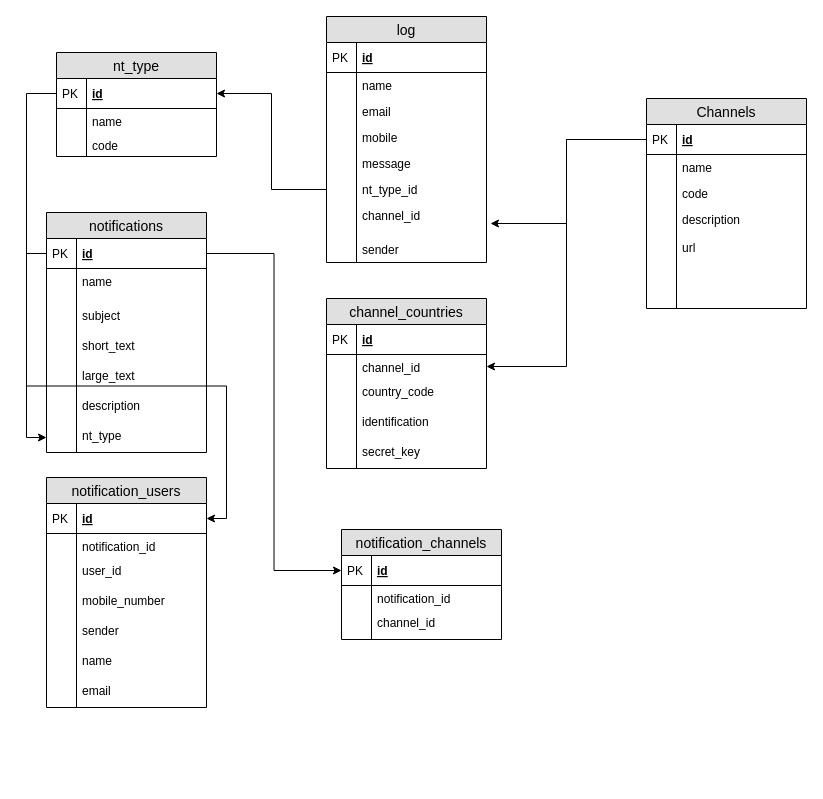
This is notification.drawio from abdonor/drawings, a draw.io file, before an edit. Source tidied: cells renumbered, new cells numbered last; positions are measured from the earlier drawing's top-left corner, leaving out a move shared by most shapes. Both pictures are drawn from the tidied source at 100%, with x=0, y=0 at pixel (46, 16).
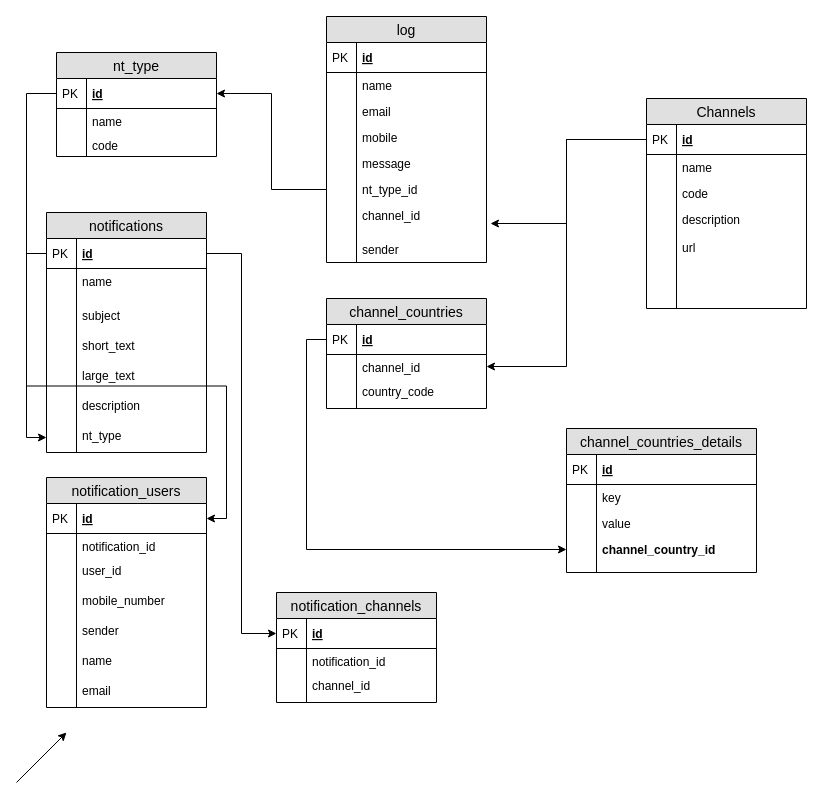
After the change.

Unchanged cells that the change refers to:
```xml
<mxCell id="57" value="id" style="shape=partialRectangle;top=0;left=0;right=0;bottom=1;align=left;verticalAlign=middle;fillColor=none;spacingLeft=34;spacingRight=4;overflow=hidden;points=[[0,0.5],[1,0.5]];portConstraint=eastwest;fontStyle=5;fontSize=12;" parent="56" vertex="1">
  <mxGeometry y="26" width="160" height="30" as="geometry" />
</mxCell>
```

The edit, as a diff of the source:
```diff
@@
     <mxCell id="56" value="channel_countries" style="swimlane;fontStyle=0;horizontal=1;startSize=26;fillColor=#e0e0e0;swimlaneFillColor=#ffffff;align=center;fontSize=14;" parent="1" vertex="1">
-      <mxGeometry x="280" y="282" width="160" height="170" as="geometry" />
+      <mxGeometry x="280" y="282" width="160" height="110" as="geometry" />
     </mxCell>
@@
-    <mxCell id="63" value="identification" style="shape=partialRectangle;top=0;left=0;right=0;bottom=0;align=left;verticalAlign=top;fillColor=none;spacingLeft=34;spacingRight=4;overflow=hidden;fontSize=12;" parent="56" vertex="1">
-      <mxGeometry y="110" width="160" height="30" as="geometry" />
-    </mxCell>
-    <mxCell id="64" style="shape=partialRectangle;top=0;left=0;bottom=0;fillColor=none;align=left;verticalAlign=top;spacingLeft=4;spacingRight=4;overflow=hidden;fontSize=12;" parent="63" vertex="1">
-      <mxGeometry width="30" height="30" as="geometry" />
-    </mxCell>
-    <mxCell id="65" value="secret_key" style="shape=partialRectangle;top=0;left=0;right=0;bottom=0;align=left;verticalAlign=top;fillColor=none;spacingLeft=34;spacingRight=4;overflow=hidden;fontSize=12;" parent="56" vertex="1">
-      <mxGeometry y="140" width="160" height="30" as="geometry" />
-    </mxCell>
-    <mxCell id="66" style="shape=partialRectangle;top=0;left=0;bottom=0;fillColor=none;align=left;verticalAlign=top;spacingLeft=4;spacingRight=4;overflow=hidden;fontSize=12;" parent="65" vertex="1">
-      <mxGeometry width="30" height="30" as="geometry" />
-    </mxCell>
     <mxCell id="67" value="notification_channels" style="swimlane;fontStyle=0;horizontal=1;startSize=26;fillColor=#e0e0e0;swimlaneFillColor=#ffffff;align=center;fontSize=14;" parent="1" vertex="1">
-      <mxGeometry x="295" y="513" width="160" height="110" as="geometry" />
+      <mxGeometry x="230" y="576" width="160" height="110" as="geometry" />
     </mxCell>
@@
+    <mxCell id="95" value="channel_countries_details" style="swimlane;fontStyle=0;horizontal=1;startSize=26;fillColor=#e0e0e0;swimlaneFillColor=#ffffff;align=center;fontSize=14;" parent="1" vertex="1">
+      <mxGeometry x="520" y="412" width="190" height="144" as="geometry" />
+    </mxCell>
+    <mxCell id="96" value="id" style="shape=partialRectangle;top=0;left=0;right=0;bottom=1;align=left;verticalAlign=middle;fillColor=none;spacingLeft=34;spacingRight=4;overflow=hidden;fontStyle=5;fontSize=12;" parent="95" vertex="1">
+      <mxGeometry y="26" width="190" height="30" as="geometry" />
+    </mxCell>
+    <mxCell id="97" value="PK" style="shape=partialRectangle;top=0;left=0;bottom=0;fillColor=none;align=left;verticalAlign=middle;spacingLeft=4;spacingRight=4;overflow=hidden;fontSize=12;" parent="96" vertex="1">
+      <mxGeometry width="30" height="30" as="geometry" />
+    </mxCell>
+    <mxCell id="98" value="key" style="shape=partialRectangle;top=0;left=0;right=0;bottom=0;align=left;verticalAlign=top;fillColor=none;spacingLeft=34;spacingRight=4;overflow=hidden;fontSize=12;" parent="95" vertex="1">
+      <mxGeometry y="56" width="190" height="26" as="geometry" />
+    </mxCell>
+    <mxCell id="99" style="shape=partialRectangle;top=0;left=0;bottom=0;fillColor=none;align=left;verticalAlign=top;spacingLeft=4;spacingRight=4;overflow=hidden;fontSize=12;" parent="98" vertex="1">
+      <mxGeometry width="30" height="26" as="geometry" />
+    </mxCell>
+    <mxCell id="100" value="value" style="shape=partialRectangle;top=0;left=0;right=0;bottom=0;align=left;verticalAlign=top;fillColor=none;spacingLeft=34;spacingRight=4;overflow=hidden;fontSize=12;" parent="95" vertex="1">
+      <mxGeometry y="82" width="190" height="26" as="geometry" />
+    </mxCell>
+    <mxCell id="101" style="shape=partialRectangle;top=0;left=0;bottom=0;fillColor=none;align=left;verticalAlign=top;spacingLeft=4;spacingRight=4;overflow=hidden;fontSize=12;" parent="100" vertex="1">
+      <mxGeometry width="30" height="26" as="geometry" />
+    </mxCell>
+    <mxCell id="102" value="channel_country_id" style="shape=partialRectangle;top=0;left=0;right=0;bottom=0;align=left;verticalAlign=top;fillColor=none;spacingLeft=34;spacingRight=4;overflow=hidden;points=[[0,0.5],[1,0.5]];portConstraint=eastwest;fontSize=12;fontStyle=1;" parent="95" vertex="1">
+      <mxGeometry y="108" width="190" height="26" as="geometry" />
+    </mxCell>
+    <mxCell id="103" style="shape=partialRectangle;top=0;left=0;bottom=0;fillColor=none;align=left;verticalAlign=top;spacingLeft=4;spacingRight=4;overflow=hidden;fontSize=12;" parent="102" vertex="1">
+      <mxGeometry width="30" height="26" as="geometry" />
+    </mxCell>
+    <mxCell id="104" style="shape=partialRectangle;top=0;left=0;right=0;bottom=0;align=left;verticalAlign=top;fillColor=none;spacingLeft=34;spacingRight=4;overflow=hidden;fontSize=12;" parent="95" vertex="1">
+      <mxGeometry y="134" width="190" height="10" as="geometry" />
+    </mxCell>
+    <mxCell id="105" style="shape=partialRectangle;top=0;left=0;bottom=0;fillColor=none;align=left;verticalAlign=top;spacingLeft=4;spacingRight=4;overflow=hidden;fontSize=12;" parent="104" vertex="1">
+      <mxGeometry width="30" height="10" as="geometry" />
+    </mxCell>
+    <mxCell id="106" style="endArrow=classic;html=1;" parent="1" edge="1">
+      <mxGeometry relative="1" as="geometry">
+        <mxPoint x="-30" y="766" as="sourcePoint" />
+        <mxPoint x="20" y="716" as="targetPoint" />
+      </mxGeometry>
+    </mxCell>
+    <mxCell id="107" style="edgeStyle=orthogonalEdgeStyle;rounded=0;jettySize=auto;html=1;exitX=0;exitY=0.5;exitDx=0;exitDy=0;entryX=0;entryY=0.5;entryDx=0;entryDy=0;" parent="1" edge="1" source="57" target="102">
+      <mxGeometry relative="1" as="geometry" />
+    </mxCell>
```
